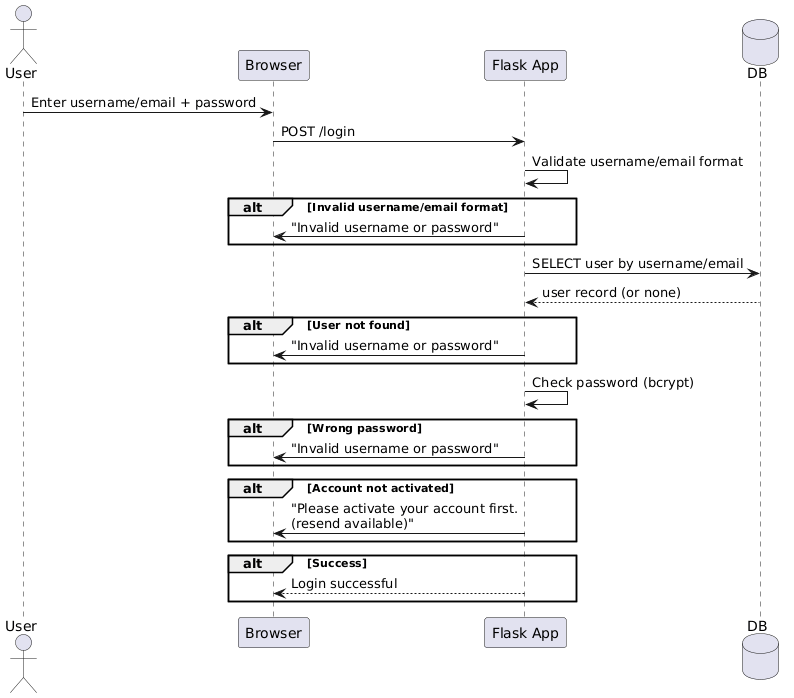
Earlier version of the PlantUML export docs/diagrams/login_uml.png (V-P-O/AppSec_project).
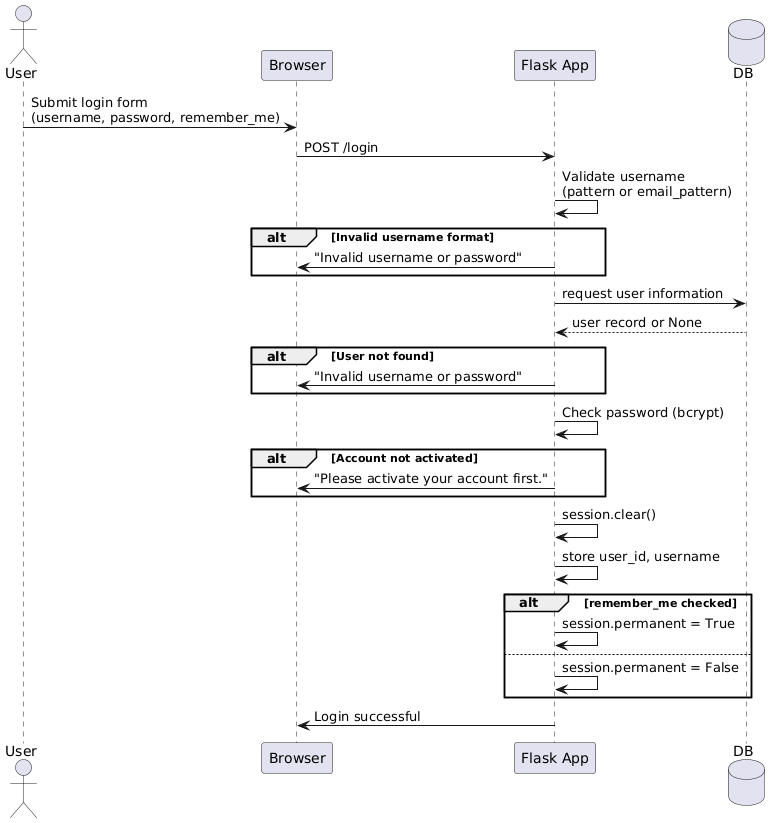
After the commit.

The edit, as a diff of the source:
```diff
@@ -1,35 +1,39 @@
 @startuml
 actor User
 participant Browser
-participant "Flask App" as Flask
+participant "Flask App" as App
 database DB
 
-User -> Browser : Enter username/email + password
-Browser -> Flask : POST /login
-Flask -> Flask : Validate username/email format
+User -> Browser: Submit login form\n(username, password, remember_me)
+Browser -> App: POST /login
 
-alt Invalid username/email format
-    Flask -> Browser : "Invalid username or password"
+App -> App: Validate username\n(pattern or email_pattern)
+
+alt Invalid username format
+    App -> Browser: "Invalid username or password"
 end
 
-Flask -> DB : SELECT user by username/email
-DB --> Flask : user record (or none)
+App -> DB: request user information
+DB --> App: user record or None
 
 alt User not found
-    Flask -> Browser : "Invalid username or password"
+    App -> Browser : "Invalid username or password"
 end
 
-Flask -> Flask : Check password (bcrypt)
+App -> App : Check password (bcrypt)
 
-alt Wrong password
-    Flask -> Browser : "Invalid username or password"
+alt Account not activated
+    App -> Browser: "Please activate your account first."
 end
 
-alt Account not activated
-    Flask -> Browser : "Please activate your account first.\n(resend available)"
+App -> App: session.clear()
+App -> App: store user_id, username
+
+alt remember_me checked
+    App -> App: session.permanent = True
+else
+    App -> App: session.permanent = False
 end
 
-alt Success
-    Flask --> Browser : Login successful
-end
+App -> Browser: Login successful
 @enduml
```
